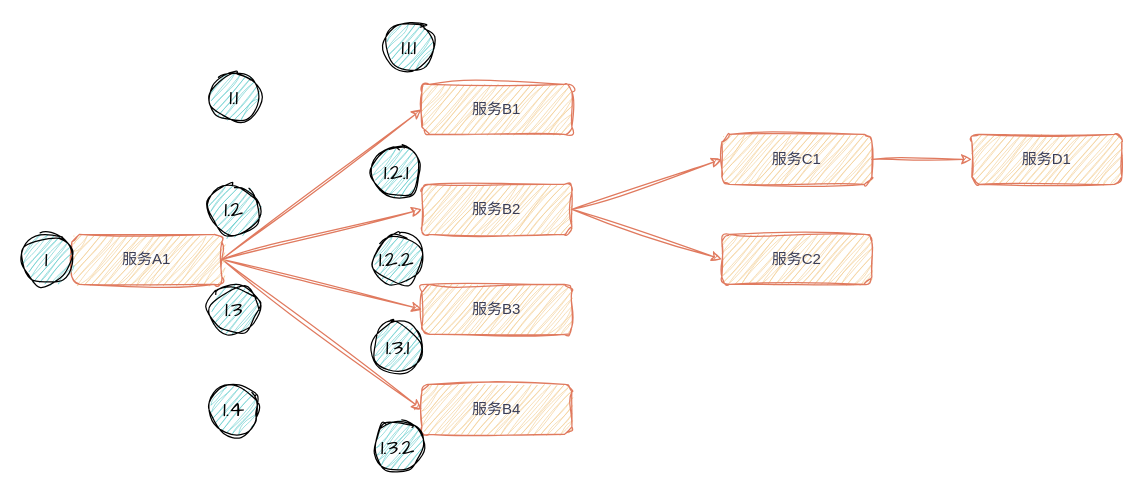
Earlier version of the draw.io diagram architecture/微服务.drawio (LanSeTianYe/draw). Source tidied: cells renumbered, new cells numbered last; positions are measured from the earlier drawing's top-left corner, leaving out a move shared by most shapes. Both pictures are drawn from the tidied source at 125%, with x=0, y=0 at pixel (21, 21).
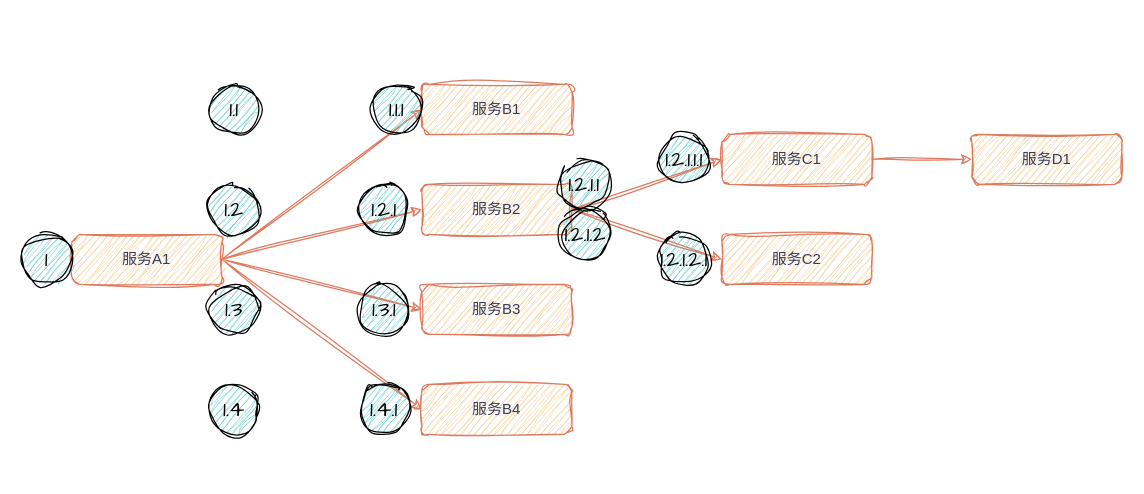
The same page after the edit.

Commit message:
更新微服务.drawio

What changed in the source:
```diff
@@
     <mxCell id="18" value="&lt;font style=&quot;font-size: 18px;&quot;&gt;1.1&lt;/font&gt;" style="ellipse;whiteSpace=wrap;html=1;sketch=1;hachureGap=4;jiggle=2;curveFitting=1;fontFamily=Architects Daughter;fillColor=#60CCCC;" parent="1" vertex="1">
-      <mxGeometry x="150" y="40" width="40" height="40" as="geometry" />
+      <mxGeometry x="150" y="50" width="40" height="40" as="geometry" />
     </mxCell>
@@
     <mxCell id="22" value="&lt;font style=&quot;font-size: 18px;&quot;&gt;1.1.1&lt;/font&gt;" style="ellipse;whiteSpace=wrap;html=1;sketch=1;hachureGap=4;jiggle=2;curveFitting=1;fontFamily=Architects Daughter;fillColor=#60CCCC;" parent="1" vertex="1">
-      <mxGeometry x="290" width="40" height="40" as="geometry" />
+      <mxGeometry x="280" y="50" width="40" height="40" as="geometry" />
     </mxCell>
     <mxCell id="23" value="&lt;font style=&quot;font-size: 18px;&quot;&gt;1.2.1&lt;/font&gt;" style="ellipse;whiteSpace=wrap;html=1;sketch=1;hachureGap=4;jiggle=2;curveFitting=1;fontFamily=Architects Daughter;fillColor=#60CCCC;" parent="1" vertex="1">
-      <mxGeometry x="280" y="100" width="40" height="40" as="geometry" />
+      <mxGeometry x="270" y="130" width="40" height="40" as="geometry" />
     </mxCell>
-    <mxCell id="24" value="&lt;font style=&quot;font-size: 18px;&quot;&gt;1.2.2&lt;/font&gt;" style="ellipse;whiteSpace=wrap;html=1;sketch=1;hachureGap=4;jiggle=2;curveFitting=1;fontFamily=Architects Daughter;fillColor=#60CCCC;" parent="1" vertex="1">
-      <mxGeometry x="280" y="170" width="40" height="40" as="geometry" />
-    </mxCell>
     <mxCell id="25" value="&lt;font style=&quot;font-size: 18px;&quot;&gt;1.3.1&lt;/font&gt;" style="ellipse;whiteSpace=wrap;html=1;sketch=1;hachureGap=4;jiggle=2;curveFitting=1;fontFamily=Architects Daughter;fillColor=#60CCCC;" parent="1" vertex="1">
-      <mxGeometry x="281" y="240" width="40" height="40" as="geometry" />
+      <mxGeometry x="270" y="210" width="40" height="40" as="geometry" />
     </mxCell>
-    <mxCell id="26" value="&lt;font style=&quot;font-size: 18px;&quot;&gt;1.3.2&lt;/font&gt;" style="ellipse;whiteSpace=wrap;html=1;sketch=1;hachureGap=4;jiggle=2;curveFitting=1;fontFamily=Architects Daughter;fillColor=#60CCCC;" parent="1" vertex="1">
-      <mxGeometry x="281" y="320" width="40" height="40" as="geometry" />
+    <mxCell id="26" value="&lt;font style=&quot;font-size: 18px;&quot;&gt;1.4.1&lt;/font&gt;" style="ellipse;whiteSpace=wrap;html=1;sketch=1;hachureGap=4;jiggle=2;curveFitting=1;fontFamily=Architects Daughter;fillColor=#60CCCC;" parent="1" vertex="1">
+      <mxGeometry x="270" y="290" width="40" height="40" as="geometry" />
     </mxCell>
+    <mxCell id="27" value="&lt;font style=&quot;font-size: 18px;&quot;&gt;1.2.1.1&lt;/font&gt;" style="ellipse;whiteSpace=wrap;html=1;sketch=1;hachureGap=4;jiggle=2;curveFitting=1;fontFamily=Architects Daughter;fillColor=#60CCCC;" parent="1" vertex="1">
+      <mxGeometry x="430" y="110" width="40" height="40" as="geometry" />
+    </mxCell>
+    <mxCell id="28" value="&lt;font style=&quot;font-size: 18px;&quot;&gt;1.2.1.2&lt;/font&gt;" style="ellipse;whiteSpace=wrap;html=1;sketch=1;hachureGap=4;jiggle=2;curveFitting=1;fontFamily=Architects Daughter;fillColor=#60CCCC;" parent="1" vertex="1">
+      <mxGeometry x="431" y="150" width="40" height="40" as="geometry" />
+    </mxCell>
+    <mxCell id="29" value="&lt;font style=&quot;font-size: 18px;&quot;&gt;1.2.1.1.1&lt;/font&gt;" style="ellipse;whiteSpace=wrap;html=1;sketch=1;hachureGap=4;jiggle=2;curveFitting=1;fontFamily=Architects Daughter;fillColor=#60CCCC;" parent="1" vertex="1">
+      <mxGeometry x="510" y="90" width="40" height="40" as="geometry" />
+    </mxCell>
+    <mxCell id="30" value="&lt;font style=&quot;font-size: 18px;&quot;&gt;1.2.1.2.1&lt;/font&gt;" style="ellipse;whiteSpace=wrap;html=1;sketch=1;hachureGap=4;jiggle=2;curveFitting=1;fontFamily=Architects Daughter;fillColor=#60CCCC;" parent="1" vertex="1">
+      <mxGeometry x="510" y="170" width="40" height="40" as="geometry" />
+    </mxCell>
```
